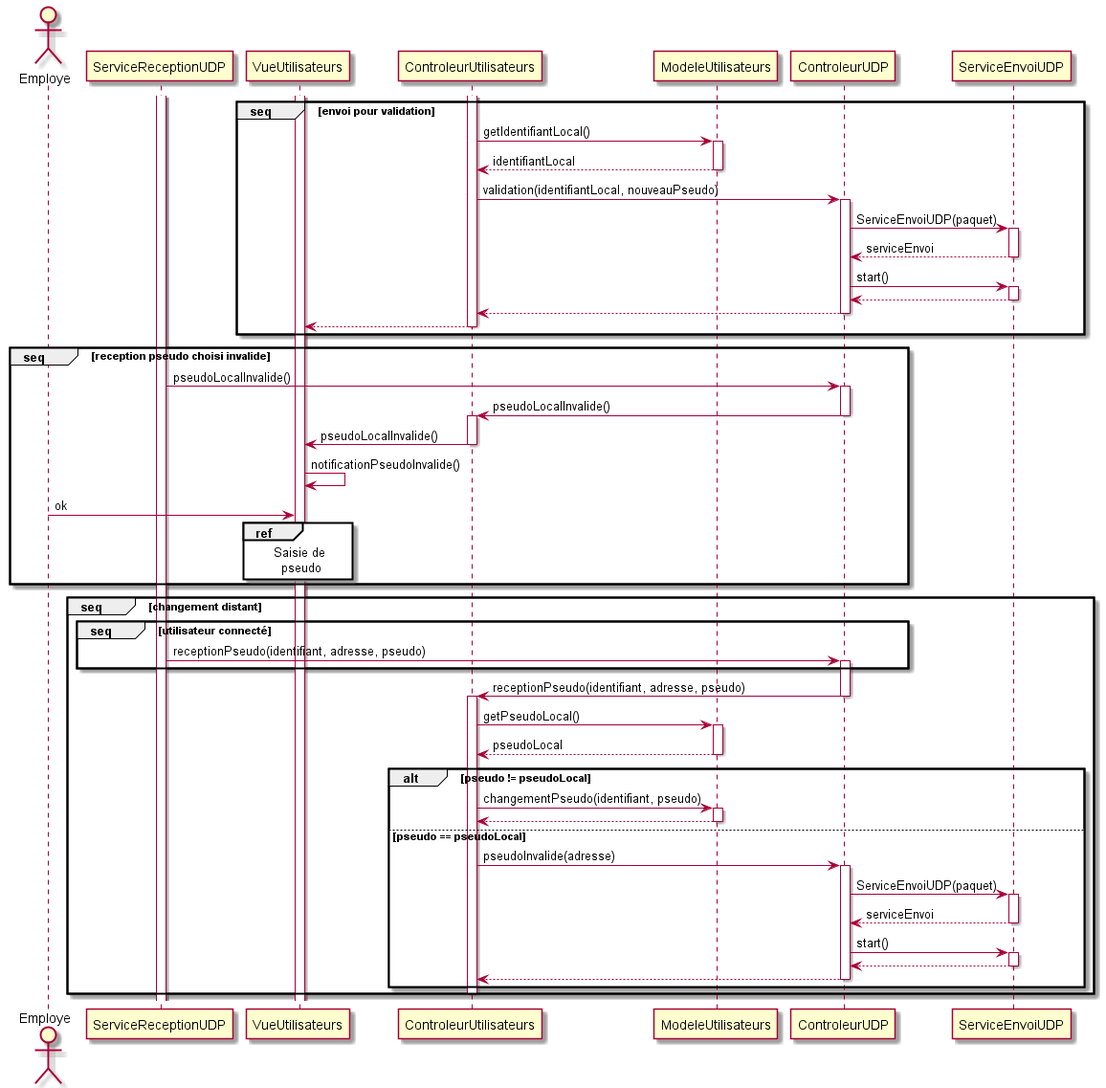
The PlantUML diagram sequence/validation_pseudo.png in arc-hugo/clavardage_uml, before a commit.
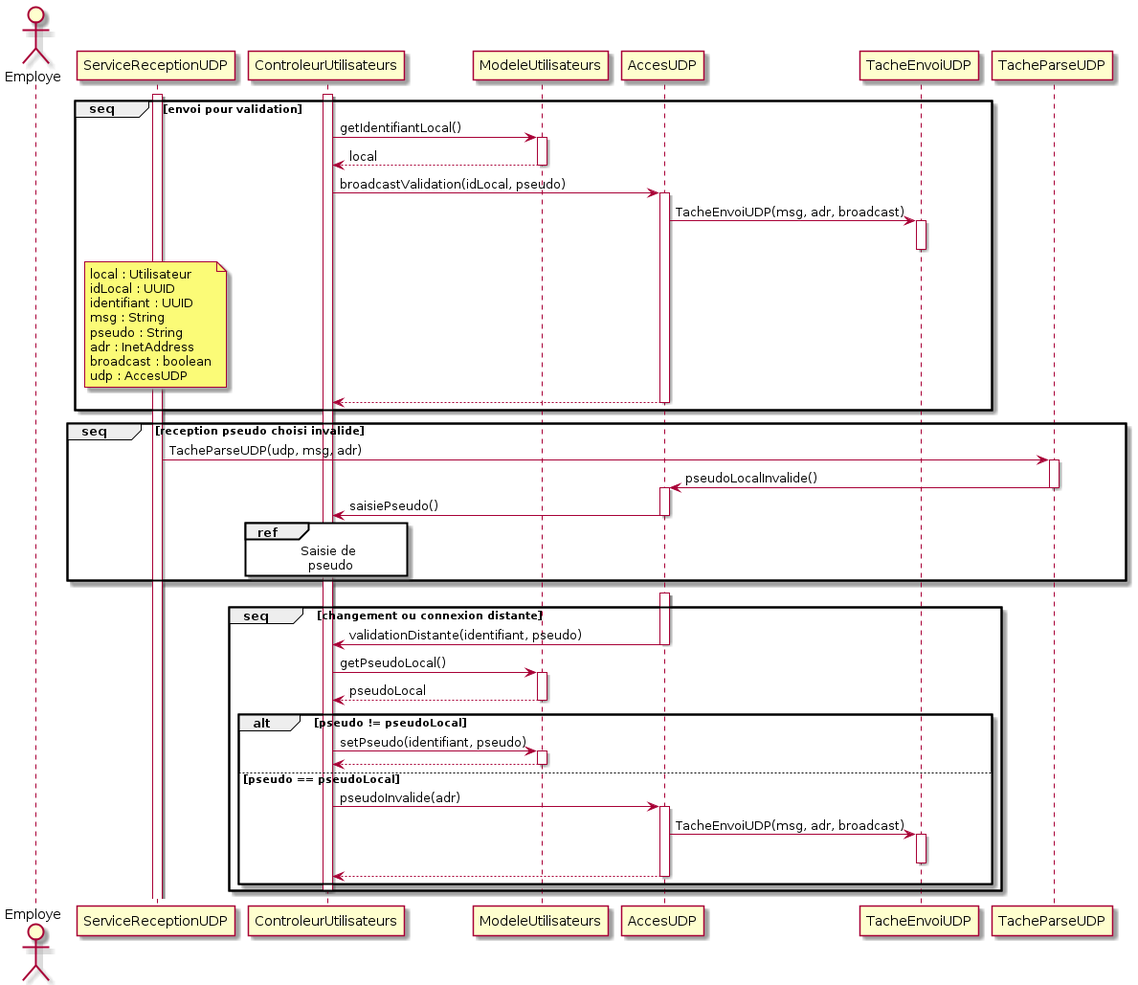
Later version of the same file.

Diff of the diagram source:
```diff
@@ -1,73 +1,65 @@
 @startuml validation_pseudo
 actor Employe
 activate ServiceReceptionUDP
-activate VueUtilisateurs
 activate ControleurUtilisateurs
 group seq [envoi pour validation]
     ControleurUtilisateurs -> ModeleUtilisateurs : getIdentifiantLocal()
     activate ModeleUtilisateurs
-    ModeleUtilisateurs --> ControleurUtilisateurs : identifiantLocal
+    ModeleUtilisateurs --> ControleurUtilisateurs : local
     deactivate ModeleUtilisateurs
-    ControleurUtilisateurs -> ControleurUDP : validation(identifiantLocal, nouveauPseudo)
-    activate ControleurUDP
-    ControleurUDP -> ServiceEnvoiUDP : ServiceEnvoiUDP(paquet)
-    activate ServiceEnvoiUDP
-    ServiceEnvoiUDP --> ControleurUDP : serviceEnvoi
-    deactivate ServiceEnvoiUDP
-    ControleurUDP -> ServiceEnvoiUDP : start()
-    activate ServiceEnvoiUDP
-    ServiceEnvoiUDP --> ControleurUDP
-    deactivate ServiceEnvoiUDP
-    ControleurUDP --> ControleurUtilisateurs
-    deactivate ControleurUDP
-    ControleurUtilisateurs --> VueUtilisateurs
-    deactivate ControleurUtilisateurs
+    ControleurUtilisateurs -> AccesUDP : broadcastValidation(idLocal, pseudo)
+    activate AccesUDP
+    AccesUDP -> TacheEnvoiUDP : TacheEnvoiUDP(msg, adr, broadcast)
+    activate TacheEnvoiUDP
+    note over ServiceReceptionUDP
+    local : Utilisateur
+    idLocal : UUID
+    identifiant : UUID
+    msg : String
+    pseudo : String
+    adr : InetAddress
+    broadcast : boolean
+    udp : AccesUDP
+    end note
+    deactivate TacheEnvoiUDP
+    AccesUDP --> ControleurUtilisateurs
+    deactivate AccesUDP
 end
 group seq [reception pseudo choisi invalide]
-    ServiceReceptionUDP -> ControleurUDP : pseudoLocalInvalide()
-    activate ControleurUDP
-    ControleurUDP -> ControleurUtilisateurs : pseudoLocalInvalide()
-    deactivate ControleurUDP
-    activate ControleurUtilisateurs
-    ControleurUtilisateurs -> VueUtilisateurs : pseudoLocalInvalide()
-    deactivate ControleurUtilisateurs
-    VueUtilisateurs -> VueUtilisateurs : notificationPseudoInvalide()
-    Employe -> VueUtilisateurs : ok
-    ref over VueUtilisateurs
+    ServiceReceptionUDP -> TacheParseUDP : TacheParseUDP(udp, msg, adr)
+    activate TacheParseUDP
+    TacheParseUDP -> AccesUDP : pseudoLocalInvalide()
+    deactivate TacheParseUDP
+    activate AccesUDP
+    AccesUDP -> ControleurUtilisateurs : saisiePseudo()
+    deactivate AccesUDP
+    ref over ControleurUtilisateurs
         Saisie de
           pseudo
     end ref
 end
-group seq [changement distant]
-    group seq [utilisateur connecté]
-        ServiceReceptionUDP -> ControleurUDP : receptionPseudo(identifiant, adresse, pseudo)
-        activate ControleurUDP
-    end
-    ControleurUDP -> ControleurUtilisateurs : receptionPseudo(identifiant, adresse, pseudo)
-    deactivate ControleurUDP
-    activate ControleurUtilisateurs
+ServiceReceptionUDP -[hidden]-> ControleurUtilisateurs
+group seq [changement ou connexion distante]
+    activate AccesUDP
+    AccesUDP -> ControleurUtilisateurs : validationDistante(identifiant, pseudo)
+    deactivate AccesUDP
     ControleurUtilisateurs -> ModeleUtilisateurs : getPseudoLocal()
     activate ModeleUtilisateurs
     ModeleUtilisateurs --> ControleurUtilisateurs : pseudoLocal
     deactivate ModeleUtilisateurs
     alt pseudo != pseudoLocal
-        ControleurUtilisateurs -> ModeleUtilisateurs : changementPseudo(identifiant, pseudo)
+        ControleurUtilisateurs -> ModeleUtilisateurs : setPseudo(identifiant, pseudo)
         activate ModeleUtilisateurs
         ModeleUtilisateurs --> ControleurUtilisateurs
         deactivate ModeleUtilisateurs
     else pseudo == pseudoLocal
-        ControleurUtilisateurs -> ControleurUDP : pseudoInvalide(adresse)
-        activate ControleurUDP
-        ControleurUDP -> ServiceEnvoiUDP : ServiceEnvoiUDP(paquet)
-        activate ServiceEnvoiUDP
-        ServiceEnvoiUDP --> ControleurUDP : serviceEnvoi
-        deactivate ServiceEnvoiUDP
-        ControleurUDP -> ServiceEnvoiUDP : start()
-        activate ServiceEnvoiUDP
-        ServiceEnvoiUDP --> ControleurUDP
-        deactivate ServiceEnvoiUDP
-        ControleurUDP --> ControleurUtilisateurs
-        deactivate ControleurUDP
+        ControleurUtilisateurs -> AccesUDP : pseudoInvalide(adr)
+        activate AccesUDP
+        AccesUDP -> TacheEnvoiUDP : TacheEnvoiUDP(msg, adr, broadcast)
+        activate TacheEnvoiUDP
+        deactivate TacheEnvoiUDP
+        AccesUDP --> ControleurUtilisateurs
+        deactivate AccesUDP
     end
     deactivate ControleurUtilisateurs
 end
```
